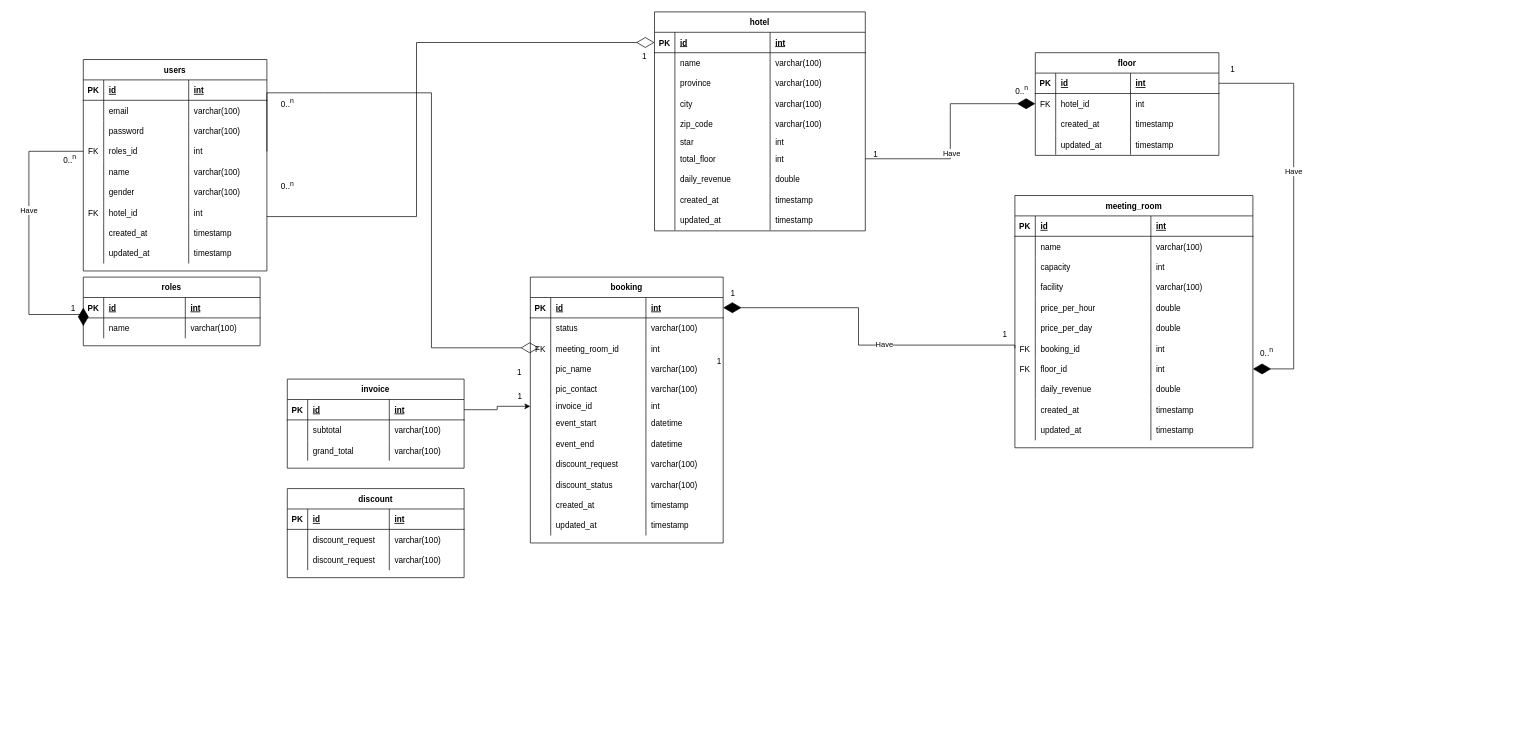
Earlier version of the draw.io diagram page "ERD Practice" (2 of 5) of entity_relationship_diagram/Booking_hotel.drawio (ariejanuarb/hotel_booking). Source tidied: cells renumbered, new cells numbered last; positions are measured from the earlier drawing's top-left corner, leaving out a move shared by most shapes. Both pictures are drawn from the tidied source at 68%, with x=0, y=0 at pixel (29, 12).
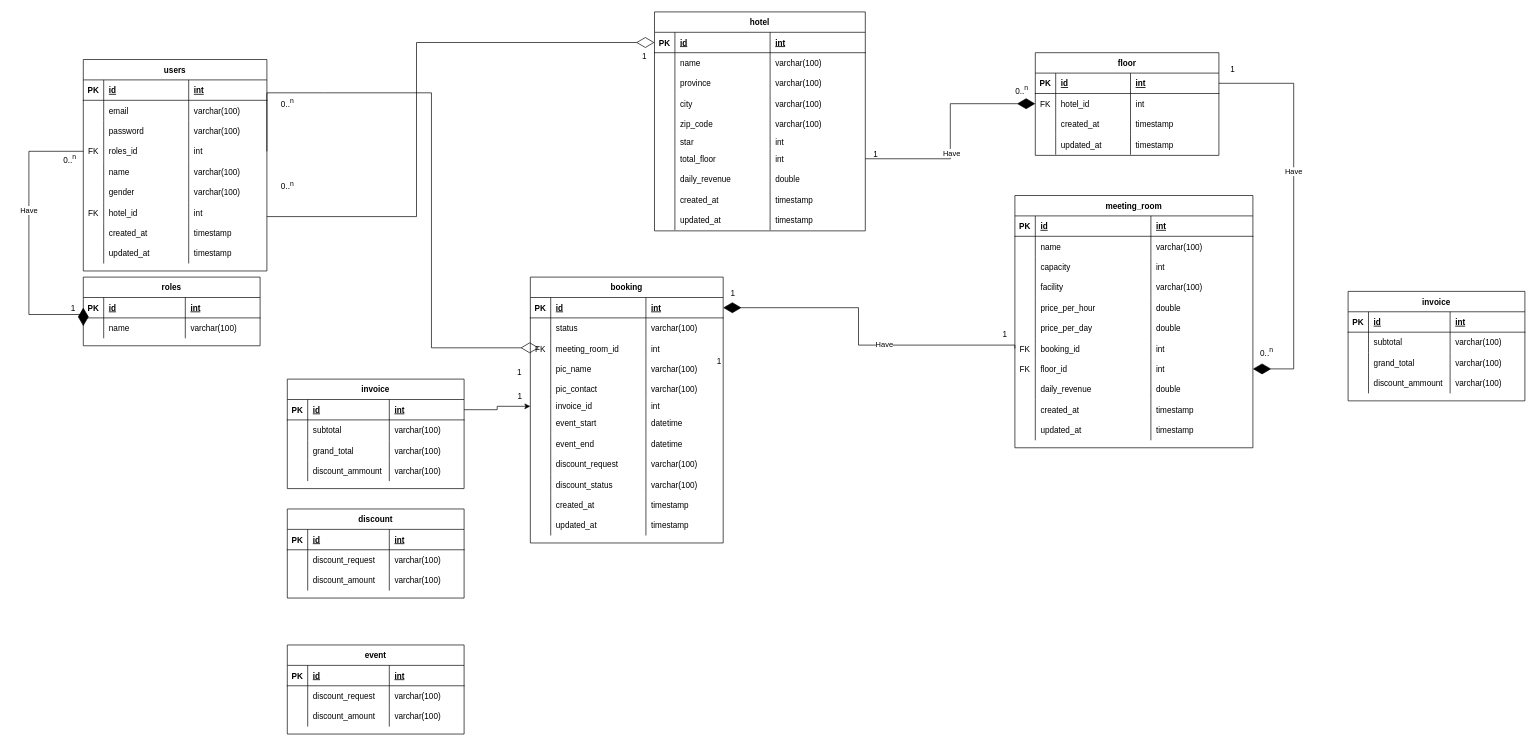
After the change.

Unchanged cells that the change refers to:
```xml
<mxCell id="221" style="group;" parent="1" vertex="1">
  <mxGeometry x="360" y="119" width="280" height="522" as="geometry" />
</mxCell>
<mxCell id="248" style="shape=partialRectangle;fillColor=none;top=0;left=0;right=0;bottom=0;" parent="239" vertex="1">
  <mxGeometry y="90" width="260" height="30" as="geometry" />
</mxCell>
```

What changed in the source:
```diff
@@
     <mxCell id="225" value="invoice" style="shape=table;startSize=30;childLayout=tableLayout;rowLines=0;fontStyle=1;align=center;" parent="221" vertex="1">
-      <mxGeometry x="20" y="421" width="260" height="131" as="geometry" />
+      <mxGeometry x="20" y="421" width="260" height="161" as="geometry" />
     </mxCell>
@@
+    <mxCell id="254" style="shape=partialRectangle;fillColor=none;top=0;left=0;right=0;bottom=0;" parent="225" vertex="1">
+      <mxGeometry y="120" width="260" height="30" as="geometry" />
+    </mxCell>
+    <mxCell id="255" style="shape=partialRectangle;overflow=hidden;fillColor=none;top=0;left=0;bottom=0;right=0;" parent="254" vertex="1">
+      <mxGeometry width="30" height="30" as="geometry" />
+    </mxCell>
+    <mxCell id="256" value="discount_ammount" style="shape=partialRectangle;overflow=hidden;fillColor=none;top=0;left=0;bottom=0;right=0;align=left;spacingLeft=6;" parent="254" vertex="1">
+      <mxGeometry x="30" width="120" height="30" as="geometry" />
+    </mxCell>
+    <mxCell id="257" value="varchar(100)" style="shape=partialRectangle;overflow=hidden;fillColor=none;top=0;left=0;bottom=0;right=0;align=left;spacingLeft=6;" parent="254" vertex="1">
+      <mxGeometry x="150" width="110" height="30" as="geometry" />
+    </mxCell>
@@
     <mxCell id="239" value="discount" style="shape=table;startSize=30;childLayout=tableLayout;rowLines=0;fontStyle=1;align=center;" parent="1" vertex="1">
-      <mxGeometry x="380" y="701" width="260" height="131" as="geometry" />
+      <mxGeometry x="380" y="731" width="260" height="131" as="geometry" />
     </mxCell>
@@
-    <mxCell id="250" value="discount_request" style="shape=partialRectangle;overflow=hidden;fillColor=none;top=0;left=0;bottom=0;right=0;align=left;spacingLeft=6;" parent="248" vertex="1">
+    <mxCell id="250" value="discount_amount" style="shape=partialRectangle;overflow=hidden;fillColor=none;top=0;left=0;bottom=0;right=0;align=left;spacingLeft=6;" parent="248" vertex="1">
       <mxGeometry x="30" width="120" height="30" as="geometry" />
     </mxCell>
@@
+    <mxCell id="258" value="invoice" style="shape=table;startSize=30;childLayout=tableLayout;rowLines=0;fontStyle=1;align=center;" parent="1" vertex="1">
+      <mxGeometry x="1940" y="411" width="260" height="161" as="geometry" />
+    </mxCell>
+    <mxCell id="259" style="shape=partialRectangle;fillColor=none;top=0;left=0;right=0;bottom=1;" parent="258" vertex="1">
+      <mxGeometry y="30" width="260" height="30" as="geometry" />
+    </mxCell>
+    <mxCell id="260" value="PK" style="shape=partialRectangle;overflow=hidden;fillColor=none;top=0;left=0;bottom=0;right=0;fontStyle=1;" parent="259" vertex="1">
+      <mxGeometry width="30" height="30" as="geometry" />
+    </mxCell>
+    <mxCell id="261" value="id" style="shape=partialRectangle;overflow=hidden;fillColor=none;top=0;left=0;bottom=0;right=0;align=left;spacingLeft=6;fontStyle=5;" parent="259" vertex="1">
+      <mxGeometry x="30" width="120" height="30" as="geometry" />
+    </mxCell>
+    <mxCell id="262" value="int" style="shape=partialRectangle;overflow=hidden;fillColor=none;top=0;left=0;bottom=0;right=0;align=left;spacingLeft=6;fontStyle=5;" parent="259" vertex="1">
+      <mxGeometry x="150" width="110" height="30" as="geometry" />
+    </mxCell>
+    <mxCell id="263" style="shape=partialRectangle;fillColor=none;top=0;left=0;right=0;bottom=0;" parent="258" vertex="1">
+      <mxGeometry y="60" width="260" height="30" as="geometry" />
+    </mxCell>
+    <mxCell id="264" style="shape=partialRectangle;overflow=hidden;fillColor=none;top=0;left=0;bottom=0;right=0;" parent="263" vertex="1">
+      <mxGeometry width="30" height="30" as="geometry" />
+    </mxCell>
+    <mxCell id="265" value="subtotal" style="shape=partialRectangle;overflow=hidden;fillColor=none;top=0;left=0;bottom=0;right=0;align=left;spacingLeft=6;" parent="263" vertex="1">
+      <mxGeometry x="30" width="120" height="30" as="geometry" />
+    </mxCell>
+    <mxCell id="266" value="varchar(100)" style="shape=partialRectangle;overflow=hidden;fillColor=none;top=0;left=0;bottom=0;right=0;align=left;spacingLeft=6;" parent="263" vertex="1">
+      <mxGeometry x="150" width="110" height="30" as="geometry" />
+    </mxCell>
+    <mxCell id="267" style="shape=partialRectangle;fillColor=none;top=0;left=0;right=0;bottom=0;" parent="258" vertex="1">
+      <mxGeometry y="90" width="260" height="30" as="geometry" />
+    </mxCell>
+    <mxCell id="268" style="shape=partialRectangle;overflow=hidden;fillColor=none;top=0;left=0;bottom=0;right=0;" parent="267" vertex="1">
+      <mxGeometry width="30" height="30" as="geometry" />
+    </mxCell>
+    <mxCell id="269" value="grand_total" style="shape=partialRectangle;overflow=hidden;fillColor=none;top=0;left=0;bottom=0;right=0;align=left;spacingLeft=6;" parent="267" vertex="1">
+      <mxGeometry x="30" width="120" height="30" as="geometry" />
+    </mxCell>
+    <mxCell id="270" value="varchar(100)" style="shape=partialRectangle;overflow=hidden;fillColor=none;top=0;left=0;bottom=0;right=0;align=left;spacingLeft=6;" parent="267" vertex="1">
+      <mxGeometry x="150" width="110" height="30" as="geometry" />
+    </mxCell>
+    <mxCell id="271" style="shape=partialRectangle;fillColor=none;top=0;left=0;right=0;bottom=0;" parent="258" vertex="1">
+      <mxGeometry y="120" width="260" height="30" as="geometry" />
+    </mxCell>
+    <mxCell id="272" style="shape=partialRectangle;overflow=hidden;fillColor=none;top=0;left=0;bottom=0;right=0;" parent="271" vertex="1">
+      <mxGeometry width="30" height="30" as="geometry" />
+    </mxCell>
+    <mxCell id="273" value="discount_ammount" style="shape=partialRectangle;overflow=hidden;fillColor=none;top=0;left=0;bottom=0;right=0;align=left;spacingLeft=6;" parent="271" vertex="1">
+      <mxGeometry x="30" width="120" height="30" as="geometry" />
+    </mxCell>
+    <mxCell id="274" value="varchar(100)" style="shape=partialRectangle;overflow=hidden;fillColor=none;top=0;left=0;bottom=0;right=0;align=left;spacingLeft=6;" parent="271" vertex="1">
+      <mxGeometry x="150" width="110" height="30" as="geometry" />
+    </mxCell>
+    <mxCell id="275" value="event" style="shape=table;startSize=30;childLayout=tableLayout;rowLines=0;fontStyle=1;align=center;" parent="1" vertex="1">
+      <mxGeometry x="380" y="931" width="260" height="131" as="geometry" />
+    </mxCell>
+    <mxCell id="276" style="shape=partialRectangle;fillColor=none;top=0;left=0;right=0;bottom=1;" parent="275" vertex="1">
+      <mxGeometry y="30" width="260" height="30" as="geometry" />
+    </mxCell>
+    <mxCell id="277" value="PK" style="shape=partialRectangle;overflow=hidden;fillColor=none;top=0;left=0;bottom=0;right=0;fontStyle=1;" parent="276" vertex="1">
+      <mxGeometry width="30" height="30" as="geometry" />
+    </mxCell>
+    <mxCell id="278" value="id" style="shape=partialRectangle;overflow=hidden;fillColor=none;top=0;left=0;bottom=0;right=0;align=left;spacingLeft=6;fontStyle=5;" parent="276" vertex="1">
+      <mxGeometry x="30" width="120" height="30" as="geometry" />
+    </mxCell>
+    <mxCell id="279" value="int" style="shape=partialRectangle;overflow=hidden;fillColor=none;top=0;left=0;bottom=0;right=0;align=left;spacingLeft=6;fontStyle=5;" parent="276" vertex="1">
+      <mxGeometry x="150" width="110" height="30" as="geometry" />
+    </mxCell>
+    <mxCell id="280" style="shape=partialRectangle;fillColor=none;top=0;left=0;right=0;bottom=0;" parent="275" vertex="1">
+      <mxGeometry y="60" width="260" height="30" as="geometry" />
+    </mxCell>
+    <mxCell id="281" style="shape=partialRectangle;overflow=hidden;fillColor=none;top=0;left=0;bottom=0;right=0;" parent="280" vertex="1">
+      <mxGeometry width="30" height="30" as="geometry" />
+    </mxCell>
+    <mxCell id="282" value="discount_request" style="shape=partialRectangle;overflow=hidden;fillColor=none;top=0;left=0;bottom=0;right=0;align=left;spacingLeft=6;" parent="280" vertex="1">
+      <mxGeometry x="30" width="120" height="30" as="geometry" />
+    </mxCell>
+    <mxCell id="283" value="varchar(100)" style="shape=partialRectangle;overflow=hidden;fillColor=none;top=0;left=0;bottom=0;right=0;align=left;spacingLeft=6;" parent="280" vertex="1">
+      <mxGeometry x="150" width="110" height="30" as="geometry" />
+    </mxCell>
+    <mxCell id="284" style="shape=partialRectangle;fillColor=none;top=0;left=0;right=0;bottom=0;" parent="275" vertex="1">
+      <mxGeometry y="90" width="260" height="30" as="geometry" />
+    </mxCell>
+    <mxCell id="285" style="shape=partialRectangle;overflow=hidden;fillColor=none;top=0;left=0;bottom=0;right=0;" parent="284" vertex="1">
+      <mxGeometry width="30" height="30" as="geometry" />
+    </mxCell>
+    <mxCell id="286" value="discount_amount" style="shape=partialRectangle;overflow=hidden;fillColor=none;top=0;left=0;bottom=0;right=0;align=left;spacingLeft=6;" parent="284" vertex="1">
+      <mxGeometry x="30" width="120" height="30" as="geometry" />
+    </mxCell>
+    <mxCell id="287" value="varchar(100)" style="shape=partialRectangle;overflow=hidden;fillColor=none;top=0;left=0;bottom=0;right=0;align=left;spacingLeft=6;" parent="284" vertex="1">
+      <mxGeometry x="150" width="110" height="30" as="geometry" />
+    </mxCell>
```
